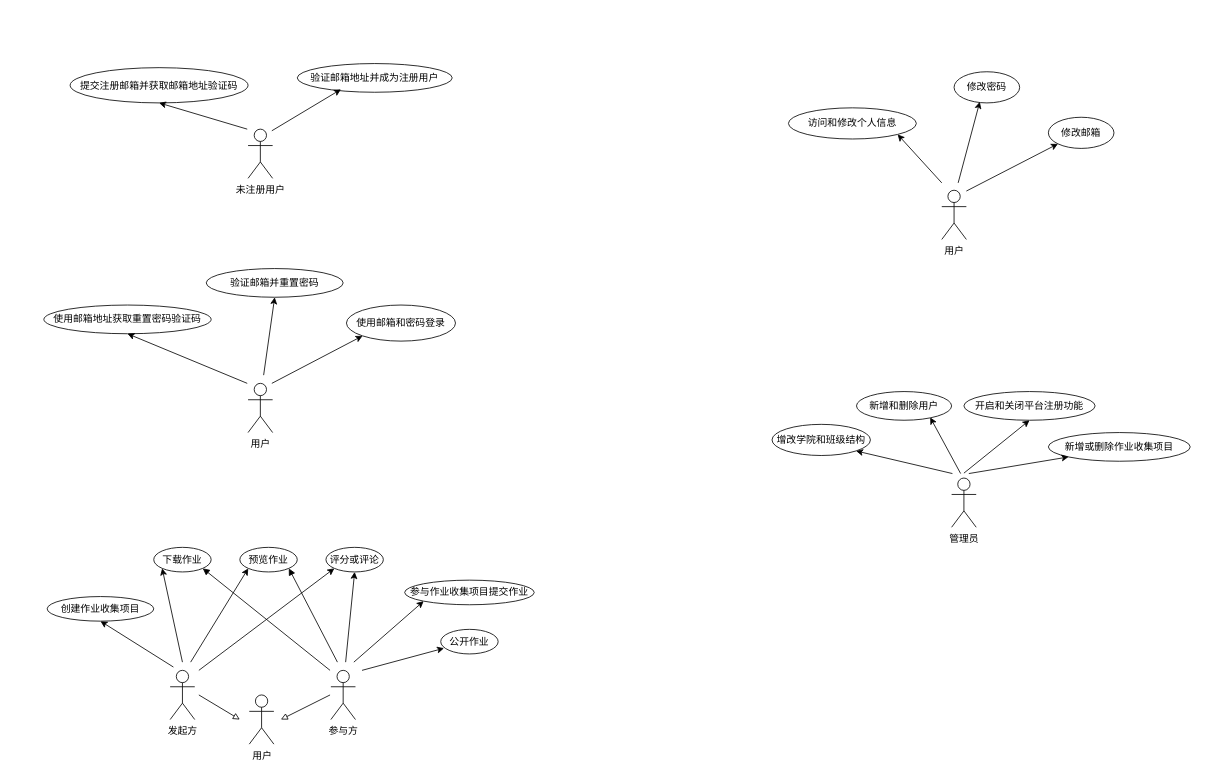
This is page "用例图" (2 of 5) of 需求分析文档/UML图.drawio from super-dash/paperstack-design, a draw.io file, before an edit. Source tidied: cells renumbered, new cells numbered last; positions are measured from the earlier drawing's top-left corner, leaving out a move shared by most shapes. Both pictures are drawn from the tidied source at 82%, with x=0, y=0 at pixel (43, 63).
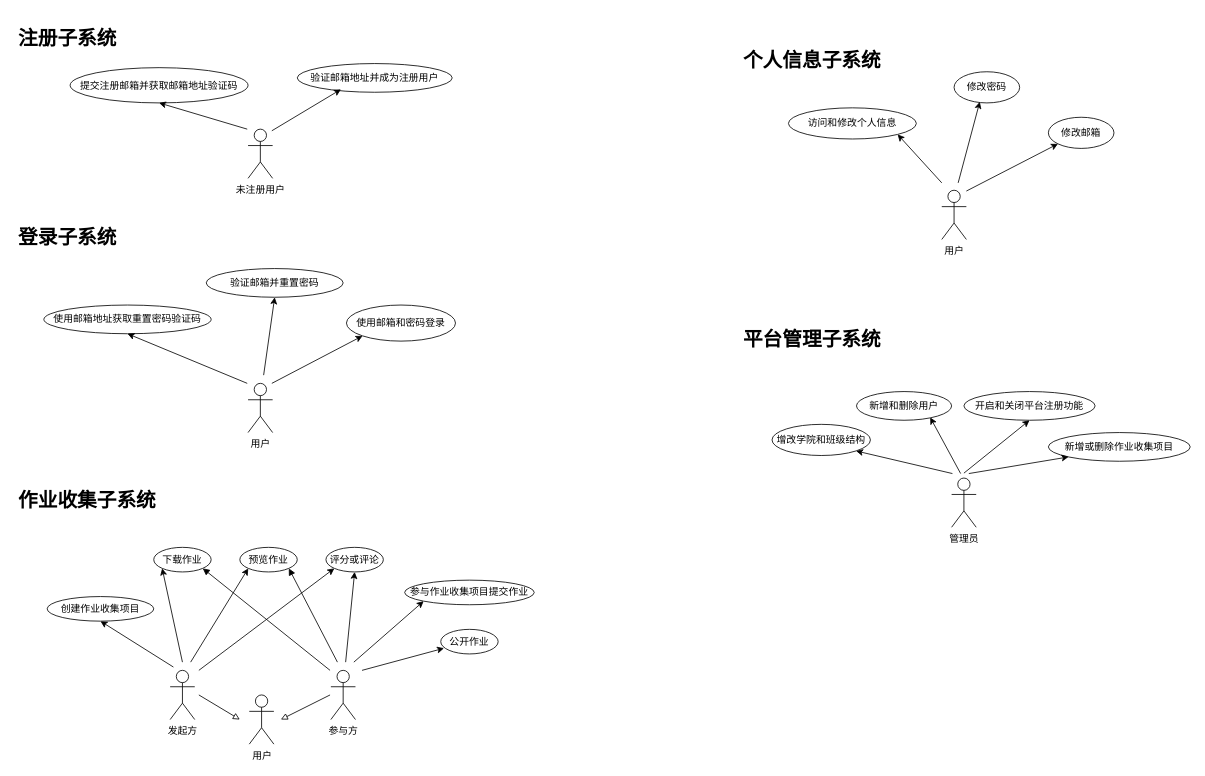
Above is the later version.

What changed in the source:
```diff
@@
+    <mxCell id="50" value="&lt;h1&gt;注册子系统&lt;/h1&gt;" style="text;html=1;strokeColor=none;fillColor=none;spacing=5;spacingTop=-20;whiteSpace=wrap;overflow=hidden;rounded=0;" parent="1" vertex="1">
+      <mxGeometry x="-36" y="-50" width="190" height="46" as="geometry" />
+    </mxCell>
+    <mxCell id="51" value="&lt;h1&gt;登录子系统&lt;/h1&gt;" style="text;html=1;strokeColor=none;fillColor=none;spacing=5;spacingTop=-20;whiteSpace=wrap;overflow=hidden;rounded=0;" parent="1" vertex="1">
+      <mxGeometry x="-36" y="191.5" width="190" height="46" as="geometry" />
+    </mxCell>
+    <mxCell id="52" value="&lt;h1&gt;作业收集子系统&lt;/h1&gt;" style="text;html=1;strokeColor=none;fillColor=none;spacing=5;spacingTop=-20;whiteSpace=wrap;overflow=hidden;rounded=0;" parent="1" vertex="1">
+      <mxGeometry x="-36" y="512.5" width="190" height="46" as="geometry" />
+    </mxCell>
+    <mxCell id="53" value="&lt;h1&gt;平台管理子系统&lt;/h1&gt;" style="text;html=1;strokeColor=none;fillColor=none;spacing=5;spacingTop=-20;whiteSpace=wrap;overflow=hidden;rounded=0;" parent="1" vertex="1">
+      <mxGeometry x="848" y="316.5" width="190" height="46" as="geometry" />
+    </mxCell>
+    <mxCell id="54" value="&lt;h1&gt;个人信息子系统&lt;/h1&gt;" style="text;html=1;strokeColor=none;fillColor=none;spacing=5;spacingTop=-20;whiteSpace=wrap;overflow=hidden;rounded=0;" parent="1" vertex="1">
+      <mxGeometry x="848" y="-23" width="190" height="46" as="geometry" />
+    </mxCell>
```
